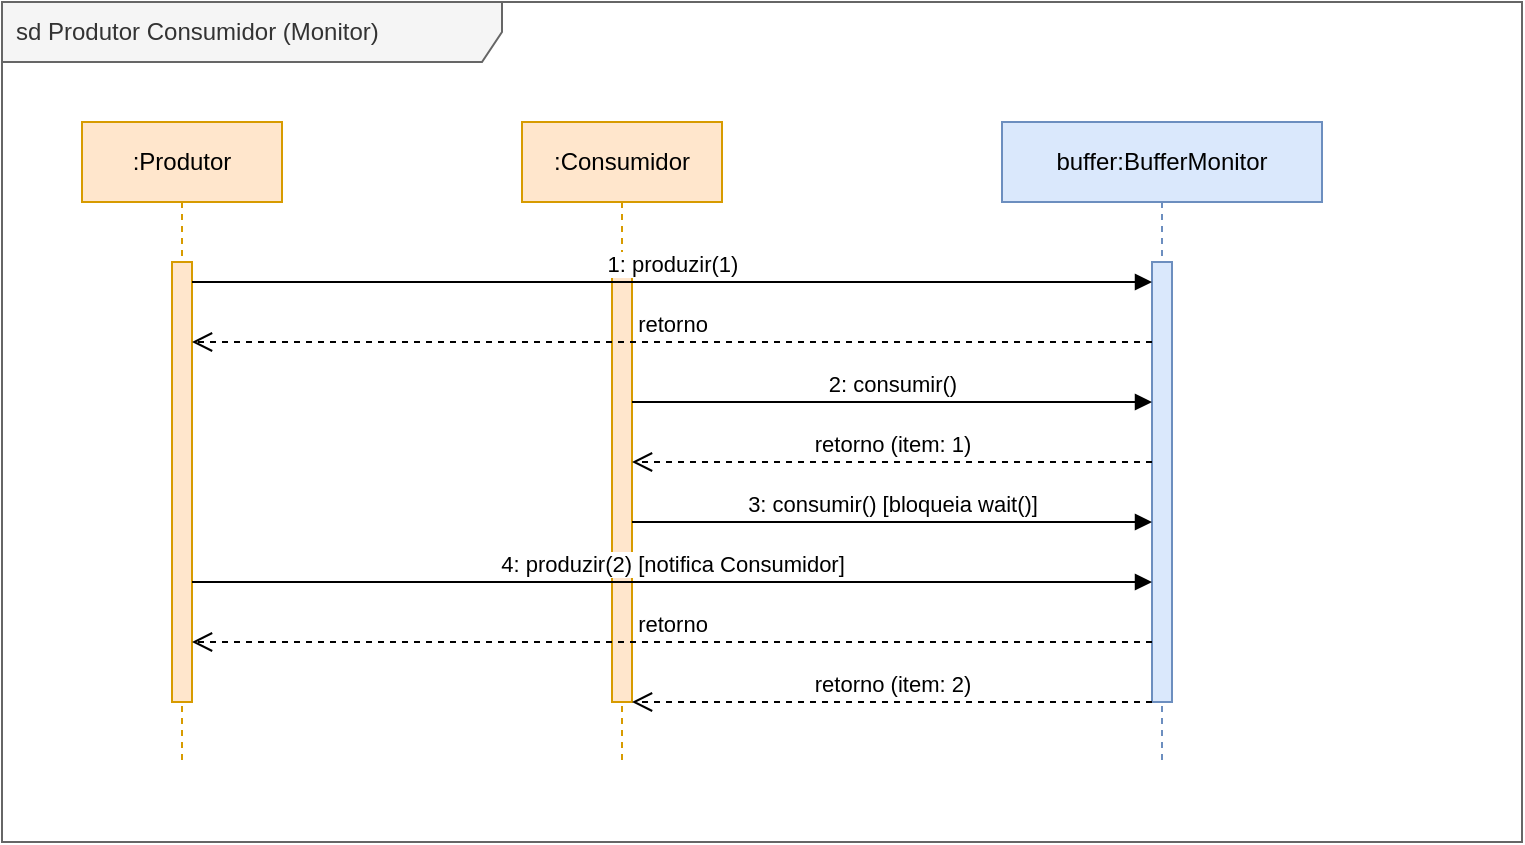
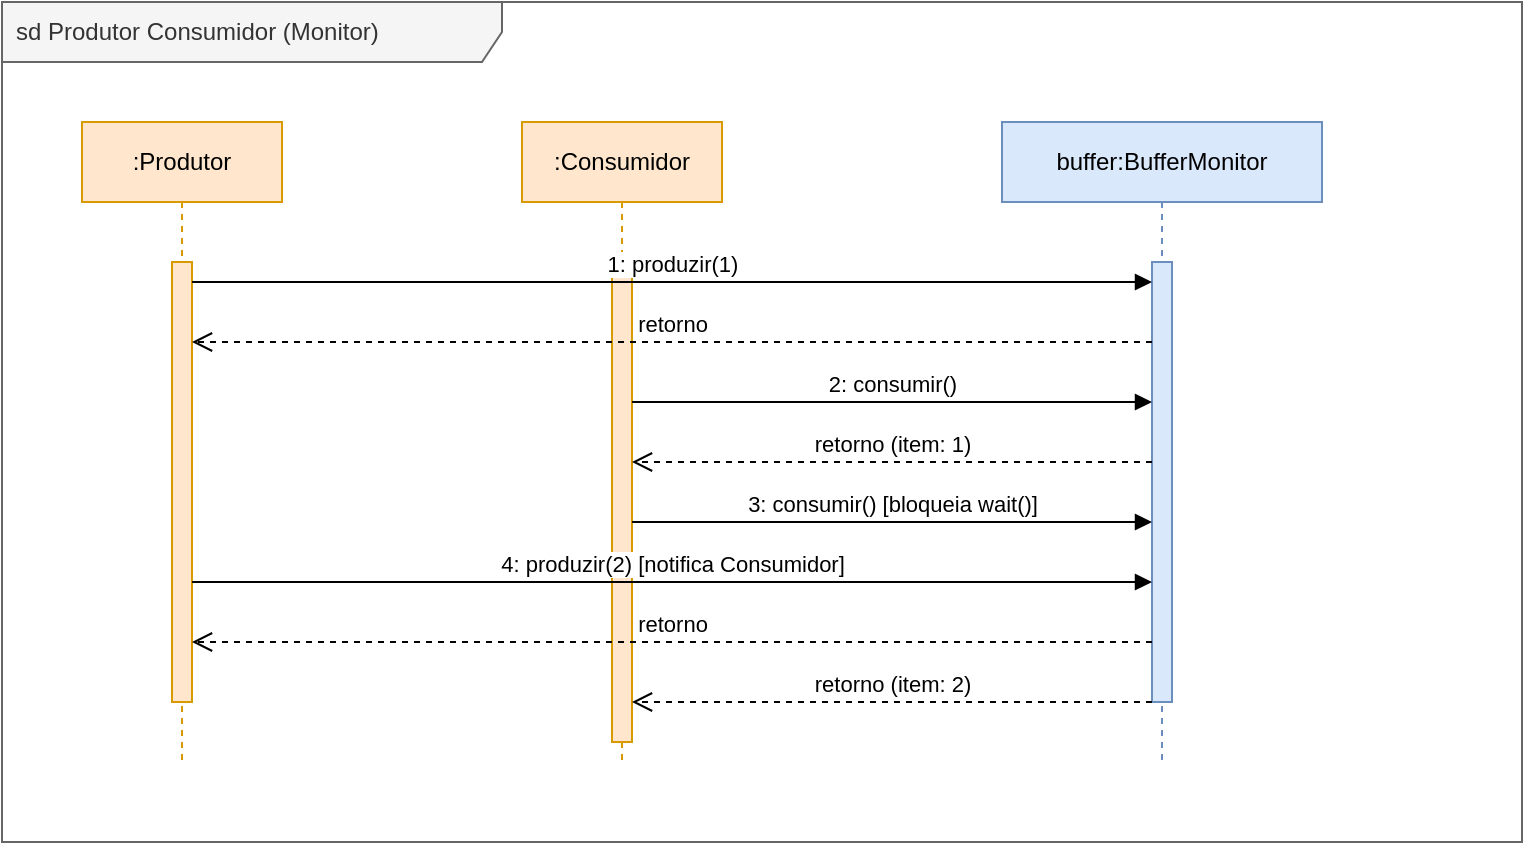
<mxfile host="65bd71144e" pages="1">
    <diagram id="produtor_consumidor_monitor_sequence" name="Sequence Diagram">
-         <mxGraphModel dx="942" dy="387" grid="1" gridSize="10" guides="1" tooltips="1" connect="1" arrows="1" fold="1" page="1" pageScale="1" pageWidth="1019" pageHeight="1320" math="0" shadow="0">
+         <mxGraphModel dx="942" dy="611" grid="1" gridSize="10" guides="1" tooltips="1" connect="1" arrows="1" fold="1" page="1" pageScale="1" pageWidth="1019" pageHeight="1320" math="0" shadow="0">
            <root>
                <mxCell id="0"/>
                <mxCell id="1" parent="0"/>
                <mxCell id="frame_container" value="sd Produtor Consumidor (Monitor)" style="shape=umlFrame;whiteSpace=wrap;html=1;width=250;height=30;boundedLbl=1;verticalAlign=middle;align=left;spacingLeft=5;fillColor=#f5f5f5;fontColor=#333333;strokeColor=#666666;" parent="1" vertex="1">
                    <mxGeometry x="20" y="20" width="760" height="420" as="geometry"/>
                </mxCell>
                <mxCell id="lifeline_produtor" value=":Produtor" style="shape=umlLifeline;perimeter=lifelinePerimeter;whiteSpace=wrap;html=1;container=1;collapsible=0;recursiveResize=0;outlineConnect=0;fillColor=#ffe6cc;strokeColor=#d79b00;" parent="1" vertex="1">
                    <mxGeometry x="60" y="80" width="100" height="320" as="geometry"/>
                </mxCell>
                <mxCell id="act_prod" value="" style="html=1;points=[];perimeter=orthogonalPerimeter;fillColor=#ffe6cc;strokeColor=#d79b00;" parent="lifeline_produtor" vertex="1">
                    <mxGeometry x="45" y="70" width="10" height="220" as="geometry"/>
                </mxCell>
                <mxCell id="lifeline_consumidor" value=":Consumidor" style="shape=umlLifeline;perimeter=lifelinePerimeter;whiteSpace=wrap;html=1;container=1;collapsible=0;recursiveResize=0;outlineConnect=0;fillColor=#ffe6cc;strokeColor=#d79b00;" parent="1" vertex="1">
                    <mxGeometry x="280" y="80" width="100" height="320" as="geometry"/>
                </mxCell>
                <mxCell id="act_cons" value="" style="html=1;points=[];perimeter=orthogonalPerimeter;fillColor=#ffe6cc;strokeColor=#d79b00;" parent="lifeline_consumidor" vertex="1">
-                     <mxGeometry x="45" y="70" width="10" height="220" as="geometry"/>
+                     <mxGeometry x="45" y="70" width="10" height="240" as="geometry"/>
                </mxCell>
                <mxCell id="lifeline_buffer" value="buffer:BufferMonitor" style="shape=umlLifeline;perimeter=lifelinePerimeter;whiteSpace=wrap;html=1;container=1;collapsible=0;recursiveResize=0;outlineConnect=0;fillColor=#dae8fc;strokeColor=#6c8ebf;" parent="1" vertex="1">
                    <mxGeometry x="520" y="80" width="160" height="320" as="geometry"/>
                </mxCell>
                <mxCell id="act_buf" value="" style="html=1;points=[];perimeter=orthogonalPerimeter;fillColor=#dae8fc;strokeColor=#6c8ebf;" parent="lifeline_buffer" vertex="1">
                    <mxGeometry x="75" y="70" width="10" height="220" as="geometry"/>
                </mxCell>
                <mxCell id="msg_p_prod" value="1: produzir(1)" style="html=1;verticalAlign=bottom;endArrow=block;rounded=0;" parent="1" edge="1">
                    <mxGeometry relative="1" as="geometry">
                        <mxPoint x="115" y="160" as="sourcePoint"/>
                        <mxPoint x="595" y="160" as="targetPoint"/>
                    </mxGeometry>
                </mxCell>
                <mxCell id="msg_p_prod_ret" value="retorno" style="html=1;verticalAlign=bottom;endArrow=open;dashed=1;endSize=8;rounded=0;" parent="1" edge="1">
                    <mxGeometry relative="1" as="geometry">
                        <mxPoint x="595" y="190" as="sourcePoint"/>
                        <mxPoint x="115" y="190" as="targetPoint"/>
                    </mxGeometry>
                </mxCell>
                <mxCell id="msg_c_cons" value="2: consumir()" style="html=1;verticalAlign=bottom;endArrow=block;rounded=0;" parent="1" edge="1">
                    <mxGeometry relative="1" as="geometry">
                        <mxPoint x="335" y="220" as="sourcePoint"/>
                        <mxPoint x="595" y="220" as="targetPoint"/>
                    </mxGeometry>
                </mxCell>
                <mxCell id="msg_c_cons_ret" value="retorno (item: 1)" style="html=1;verticalAlign=bottom;endArrow=open;dashed=1;endSize=8;rounded=0;" parent="1" edge="1">
                    <mxGeometry relative="1" as="geometry">
                        <mxPoint x="595" y="250" as="sourcePoint"/>
                        <mxPoint x="335" y="250" as="targetPoint"/>
                    </mxGeometry>
                </mxCell>
                <mxCell id="msg_c_cons2" value="3: consumir() [bloqueia wait()]" style="html=1;verticalAlign=bottom;endArrow=block;rounded=0;" parent="1" edge="1">
                    <mxGeometry relative="1" as="geometry">
                        <mxPoint x="335" y="280" as="sourcePoint"/>
                        <mxPoint x="595" y="280" as="targetPoint"/>
                    </mxGeometry>
                </mxCell>
                <mxCell id="msg_p_prod2" value="4: produzir(2) [notifica Consumidor]" style="html=1;verticalAlign=bottom;endArrow=block;rounded=0;" parent="1" edge="1">
                    <mxGeometry relative="1" as="geometry">
                        <mxPoint x="115" y="310" as="sourcePoint"/>
                        <mxPoint x="595" y="310" as="targetPoint"/>
                    </mxGeometry>
                </mxCell>
                <mxCell id="msg_p_prod2_ret" value="retorno" style="html=1;verticalAlign=bottom;endArrow=open;dashed=1;endSize=8;rounded=0;" parent="1" edge="1">
                    <mxGeometry relative="1" as="geometry">
                        <mxPoint x="595" y="340" as="sourcePoint"/>
                        <mxPoint x="115" y="340" as="targetPoint"/>
                    </mxGeometry>
                </mxCell>
                <mxCell id="msg_c_cons2_ret" value="retorno (item: 2)" style="html=1;verticalAlign=bottom;endArrow=open;dashed=1;endSize=8;rounded=0;" parent="1" edge="1">
                    <mxGeometry relative="1" as="geometry">
                        <mxPoint x="595" y="370" as="sourcePoint"/>
                        <mxPoint x="335" y="370" as="targetPoint"/>
                    </mxGeometry>
                </mxCell>
            </root>
        </mxGraphModel>
    </diagram>
</mxfile>